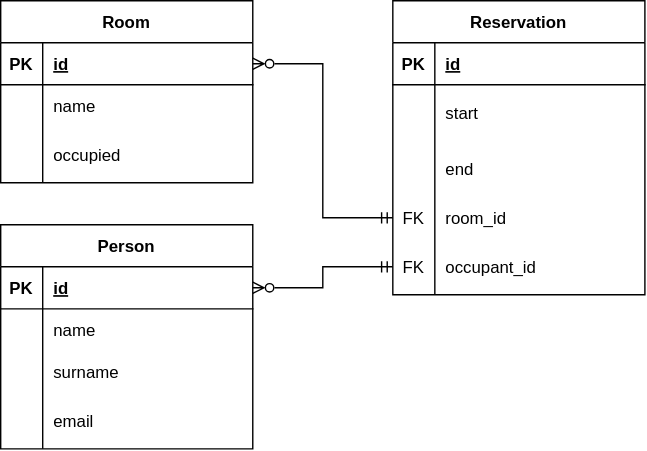
This is docs/model.drawio.svg from MichaelGloessl04/school-rooms, a draw.io export, as it was before one commit. Source tidied: cells renumbered, new cells last; positions are measured from the earlier drawing's top-left corner, leaving out a move shared by most shapes.
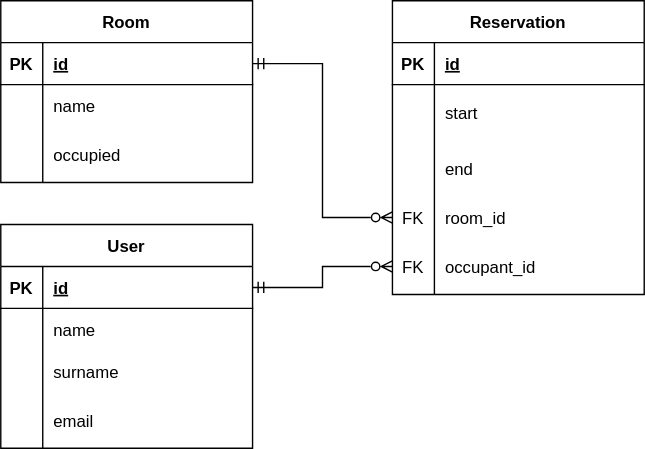
The same diagram one commit later.

Commit message:
updated er diagram and fixed relations

What changed in the source:
```diff
@@ -80,7 +80,7 @@
     <mxCell id="27" value="occupant_id" style="shape=partialRectangle;fillColor=none;top=0;left=0;bottom=0;right=0;align=left;spacingLeft=6;overflow=hidden;" parent="25" vertex="1">
       <mxGeometry x="30" width="150" height="40" as="geometry" />
     </mxCell>
-    <mxCell id="28" value="Person" style="shape=table;startSize=30;rowLines=0;fontStyle=1;align=center;" parent="1" vertex="1">
+    <mxCell id="28" value="User" style="shape=table;startSize=30;rowLines=0;fontStyle=1;align=center;" parent="1" vertex="1">
       <mxGeometry y="160" width="180" height="160" as="geometry" />
     </mxCell>
     <mxCell id="29" style="shape=tableRow;horizontal=0;startSize=0;swimlaneHead=0;swimlaneBody=0;fillColor=none;points=[[0,0.5],[1,0.5]];portConstraint=eastwest;top=0;left=0;right=0;bottom=1;" parent="28" vertex="1">
@@ -119,10 +119,10 @@
     <mxCell id="40" value="email" style="shape=partialRectangle;fillColor=none;top=0;left=0;bottom=0;right=0;align=left;spacingLeft=6;overflow=hidden;" parent="38" vertex="1">
       <mxGeometry x="30" width="150" height="40" as="geometry" />
     </mxCell>
-    <mxCell id="41" style="edgeStyle=orthogonalEdgeStyle;html=1;exitX=1;exitY=0.5;exitDx=0;exitDy=0;entryX=0;entryY=0.5;entryDx=0;entryDy=0;rounded=0;startArrow=ERzeroToMany;startFill=0;endArrow=ERmandOne;endFill=0;" parent="1" edge="1" source="29" target="25">
+    <mxCell id="41" style="edgeStyle=orthogonalEdgeStyle;html=1;exitX=1;exitY=0.5;exitDx=0;exitDy=0;entryX=0;entryY=0.5;entryDx=0;entryDy=0;rounded=0;startArrow=ERmandOne;startFill=0;endArrow=ERzeroToMany;endFill=0;" parent="1" edge="1" source="29" target="25">
       <mxGeometry relative="1" as="geometry" />
     </mxCell>
-    <mxCell id="42" style="edgeStyle=orthogonalEdgeStyle;rounded=0;html=1;exitX=1;exitY=0.5;exitDx=0;exitDy=0;entryX=0;entryY=0.5;entryDx=0;entryDy=0;startArrow=ERzeroToMany;startFill=0;endArrow=ERmandOne;endFill=0;" parent="1" edge="1" source="3" target="22">
+    <mxCell id="42" style="edgeStyle=orthogonalEdgeStyle;rounded=0;html=1;exitX=1;exitY=0.5;exitDx=0;exitDy=0;entryX=0;entryY=0.5;entryDx=0;entryDy=0;startArrow=ERmandOne;startFill=0;endArrow=ERzeroToMany;endFill=0;" parent="1" edge="1" source="3" target="22">
       <mxGeometry relative="1" as="geometry" />
     </mxCell>
   </root>
```
